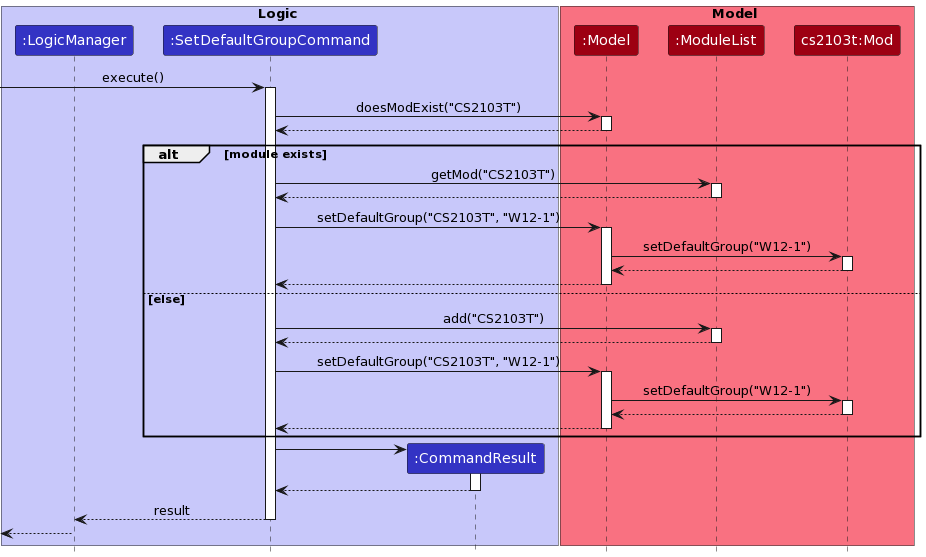
Before: docs/images/SetDefaultSequenceDiagram.png, a diagram exported from PlantUML (s7manth/tp).
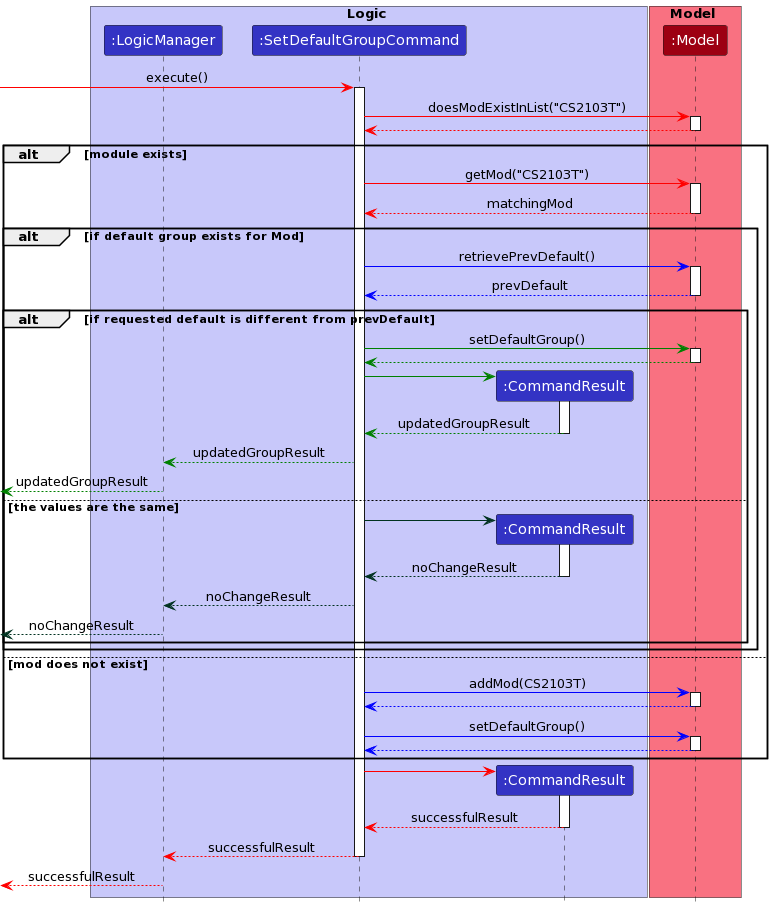
The same diagram one commit later.

Commit message:
update SetDefaultSequenceDiagram to match current implementation. Also add onto the import-csv section in the DG

What changed in the source:
```diff
@@ -1,13 +1,4 @@
 @startuml
-
-
-
-!define UI_COLOR #1D8900
-!define UI_COLOR_T1 #83E769
-!define UI_COLOR_T2 #3FC71B
-!define UI_COLOR_T3 #166800
-!define UI_COLOR_T4 #0E4100
-
 !define LOGIC_COLOR #3333C4
 !define LOGIC_COLOR_T1 #C8C8FA
 !define LOGIC_COLOR_T2 #6A6ADC
@@ -64,6 +55,7 @@
 skinparam Shadowing false
 skinparam DefaultTextAlignment center
 skinparam packageStyle Rectangle
+skinparam ArrowColor #FF0000
 
 hide footbox
 hide members
@@ -81,56 +73,76 @@
 
 box Model MODEL_COLOR_T1
 participant ":Model" as Model MODEL_COLOR
-participant ":ModuleList" as ModuleList MODEL_COLOR
-participant "cs2103t:Mod" as Mod MODEL_COLOR
 end box
 
 
 [-> SetDefaultGroupCommand : execute()
 activate SetDefaultGroupCommand
 
-SetDefaultGroupCommand -> Model : doesModExist("CS2103T")
+SetDefaultGroupCommand -> Model : doesModExistInList("CS2103T")
 activate Model
 
-Model --> SetDefaultGroupCommand :
+Model --> SetDefaultGroupCommand
 deactivate Model
 
 alt module exists
-    SetDefaultGroupCommand -> ModuleList : getMod("CS2103T")
-    activate ModuleList
-
-    ModuleList --> SetDefaultGroupCommand :
-    deactivate ModuleList
-
-    SetDefaultGroupCommand -> Model : setDefaultGroup("CS2103T", "W12-1")
+    SetDefaultGroupCommand -> Model : getMod("CS2103T")
     activate Model
 
-    Model -> Mod : setDefaultGroup("W12-1")
-    activate Mod
-
-    Mod --> Model
-    deactivate Mod
-
-    Model --> SetDefaultGroupCommand
+    Model --> SetDefaultGroupCommand : matchingMod
     deactivate Model
 
-else else
-    SetDefaultGroupCommand -> ModuleList : add("CS2103T")
-    activate ModuleList
-
-    ModuleList --> SetDefaultGroupCommand
-    deactivate ModuleList
-
-        SetDefaultGroupCommand -> Model : setDefaultGroup("CS2103T", "W12-1")
+    alt if default group exists for Mod
+        SetDefaultGroupCommand -[#blue]> Model: retrievePrevDefault()
         activate Model
 
-        Model -> Mod : setDefaultGroup("W12-1")
-        activate Mod
+        Model --[#blue]> SetDefaultGroupCommand : prevDefault
+        deactivate Model
 
-        Mod --> Model
-        deactivate Mod
+        alt if requested default is different from prevDefault
+            SetDefaultGroupCommand -[#green]> Model : setDefaultGroup()
+            activate Model
 
-        Model --> SetDefaultGroupCommand
+            Model --[#green]> SetDefaultGroupCommand
+            deactivate Model
+
+            create CommandResult
+            SetDefaultGroupCommand -[#green]> CommandResult
+            activate CommandResult
+
+            CommandResult --[#green]> SetDefaultGroupCommand :updatedGroupResult
+            deactivate CommandResult
+
+            SetDefaultGroupCommand --[#green]> LogicManager : updatedGroupResult
+
+            [<[#green]--LogicManager :updatedGroupResult
+
+        else the values are the same
+
+            create CommandResult
+            SetDefaultGroupCommand -[#013220]> CommandResult
+            activate CommandResult
+
+            CommandResult --[#013220]> SetDefaultGroupCommand :noChangeResult
+            deactivate CommandResult
+
+            SetDefaultGroupCommand --[#013220]> LogicManager : noChangeResult
+
+            [<[#013220]--LogicManager : noChangeResult
+        end
+    end
+
+    else mod does not exist
+        SetDefaultGroupCommand -[#blue]> Model : addMod(CS2103T)
+        activate Model
+
+        Model --[#blue]> SetDefaultGroupCommand
+        deactivate Model
+
+        SetDefaultGroupCommand -[#blue]> Model: setDefaultGroup()
+        activate Model
+
+        Model --[#blue]> SetDefaultGroupCommand
         deactivate Model
 end
 
@@ -138,12 +150,12 @@
 SetDefaultGroupCommand -> CommandResult
 activate CommandResult
 
-CommandResult --> SetDefaultGroupCommand
+CommandResult --> SetDefaultGroupCommand : successfulResult
 deactivate CommandResult
 
-SetDefaultGroupCommand --> LogicManager : result
+SetDefaultGroupCommand --> LogicManager : successfulResult
 deactivate SetDefaultGroupCommand
 
-[<--LogicManager
+[<--LogicManager : successfulResult
 deactivate LogicManager
 @enduml
```
